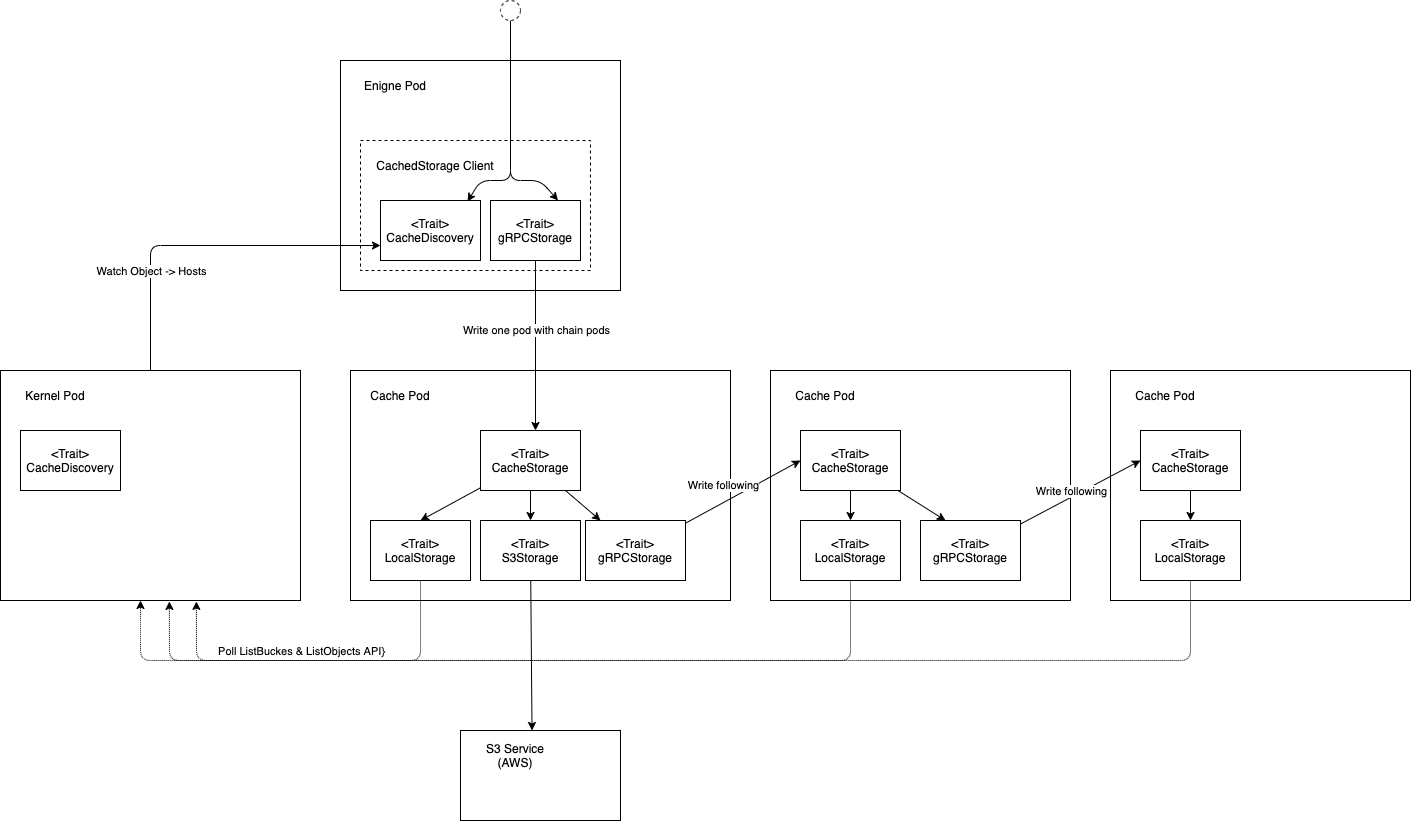
Above: write.drawio.png in zojw/misc (draw.io), before the change. Source tidied: cells renumbered, new cells last; positions are measured from the earlier drawing's top-left corner, leaving out a move shared by most shapes.
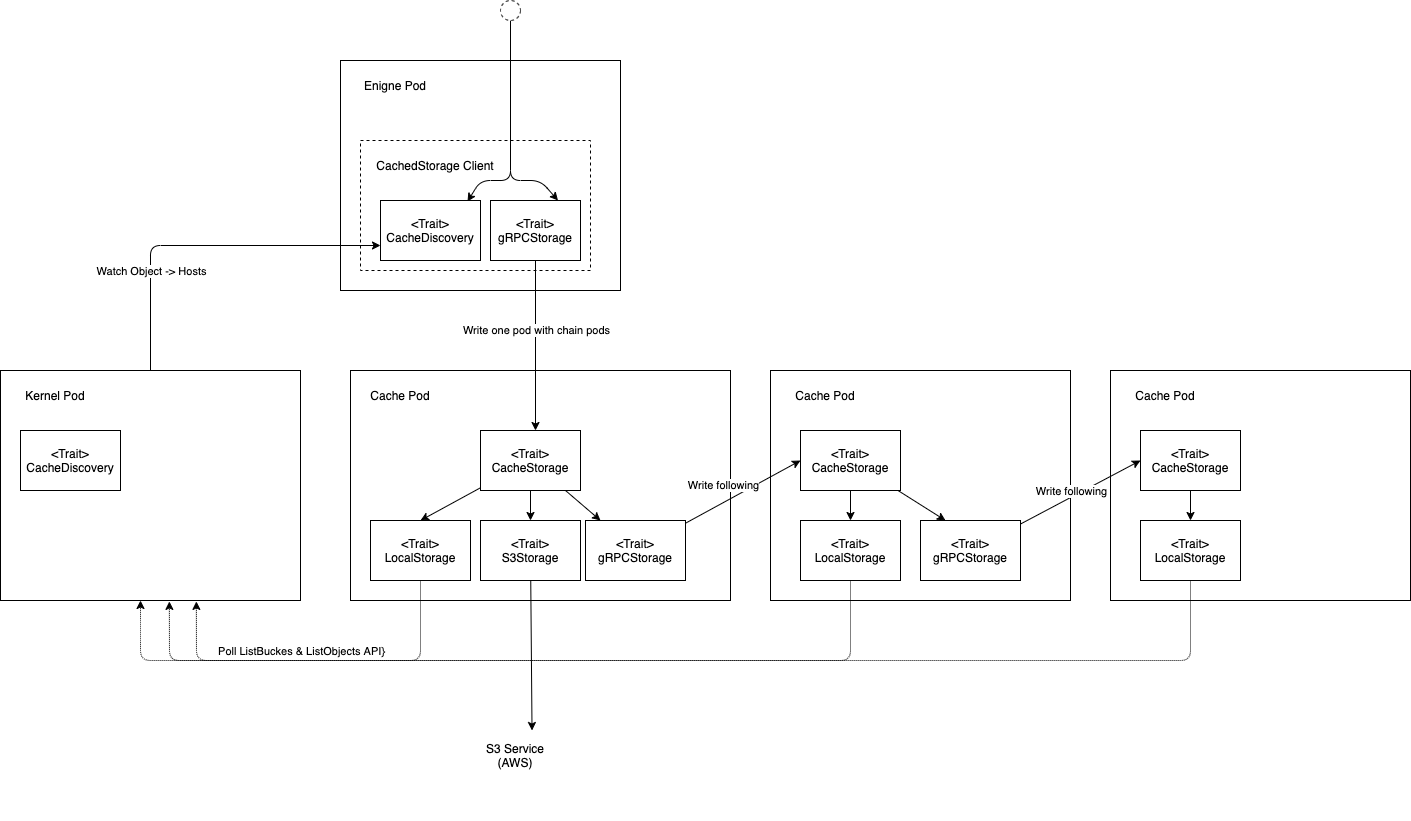
After the change.

Commit message:
add write cstore

What changed in the source:
```diff
@@ -176,13 +176,13 @@
         </Array>
       </mxGeometry>
     </mxCell>
-    <mxCell id="47" style="ellipse;whiteSpace=wrap;html=1;dashed=1;" parent="1" vertex="1">
+    <mxCell id="47" style="ellipse;whiteSpace=wrap;html=1;dashed=1;fillColor=#FFFFFF;strokeColor=#000000;" parent="1" vertex="1">
       <mxGeometry x="500" width="20" height="20" as="geometry" />
     </mxCell>
-    <mxCell id="48" style="rounded=0;whiteSpace=wrap;html=1;fillColor=#FFFFFF;strokeColor=#000000;" parent="1" vertex="1">
+    <mxCell id="48" style="rounded=0;whiteSpace=wrap;html=1;fillColor=#FFFFFF;strokeColor=#FFFFFF;" parent="1" vertex="1">
       <mxGeometry x="460" y="730" width="160" height="90" as="geometry" />
     </mxCell>
-    <mxCell id="49" value="S3 Service (AWS)" style="text;html=1;strokeColor=none;fillColor=none;align=center;verticalAlign=middle;whiteSpace=wrap;rounded=0;fontColor=#000000;" parent="1" vertex="1">
+    <mxCell id="49" value="S3 Service (AWS)" style="text;html=1;strokeColor=#FFFFFF;fillColor=#FFFFFF;align=center;verticalAlign=middle;whiteSpace=wrap;rounded=0;fontColor=#000000;" parent="1" vertex="1">
       <mxGeometry x="470" y="740" width="90" height="30" as="geometry" />
     </mxCell>
   </root>
```
